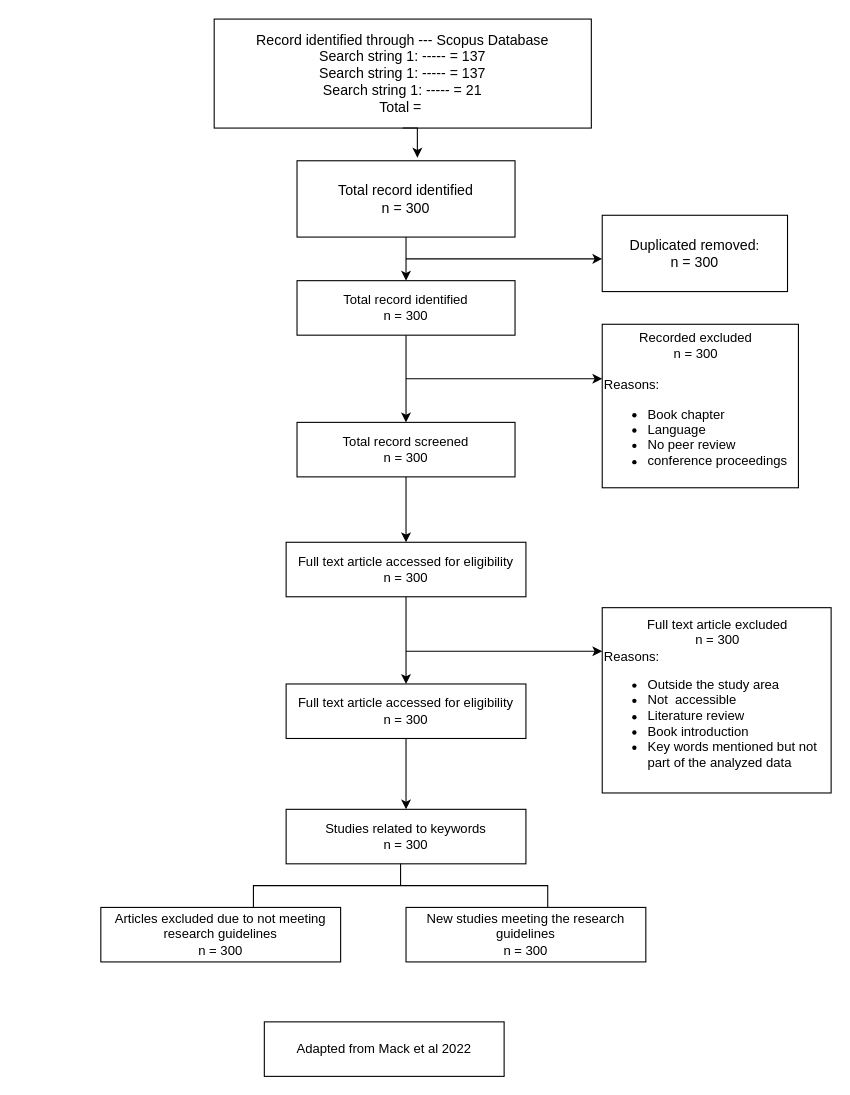
Earlier version of the draw.io diagram flow.drawio (yemioke/PRISMA2020). Source tidied: cells renumbered, new cells numbered last; positions are measured from the earlier drawing's top-left corner, leaving out a move shared by most shapes. Both pictures are drawn from the tidied source at 109%, with x=0, y=0 at pixel (100, 19).
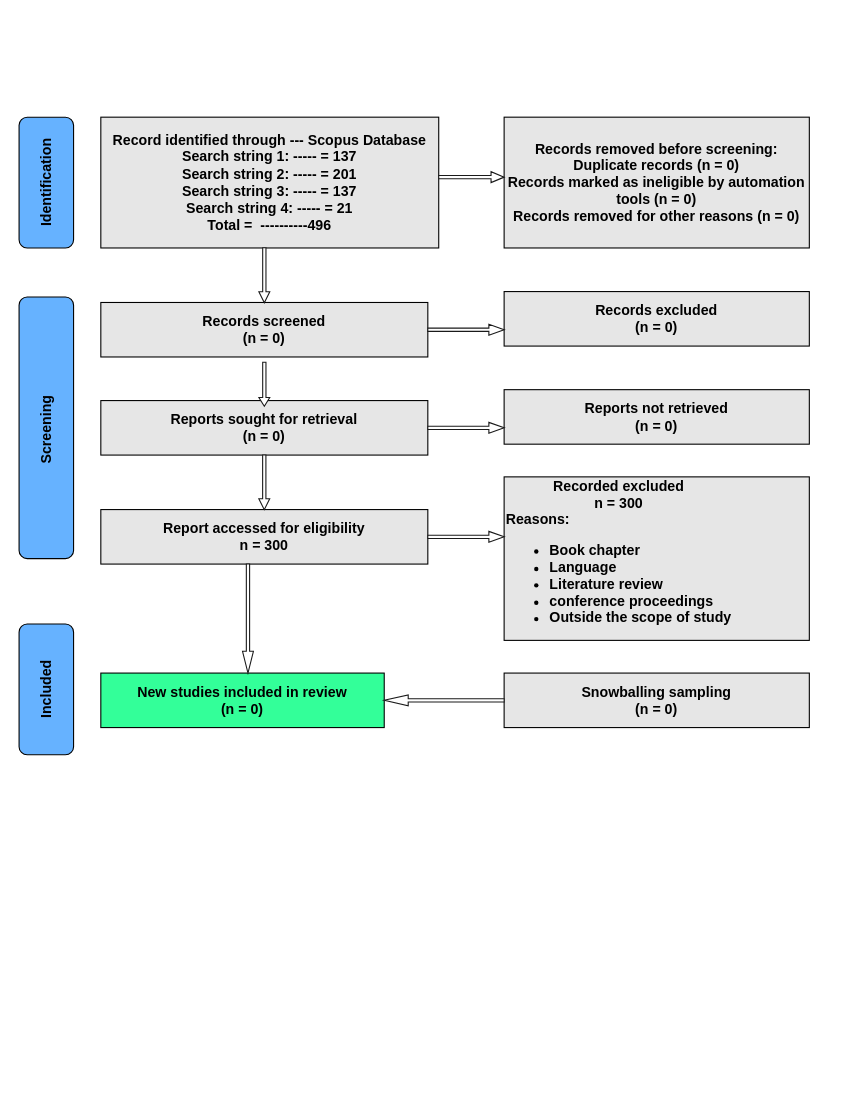
The same page after the edit.

What changed in the source:
```diff
@@
-    <mxCell id="2" value="&lt;font style=&quot;font-size: 13px;&quot;&gt;Record identified through --- Scopus Database&lt;/font&gt;&lt;div&gt;&lt;font style=&quot;font-size: 13px;&quot;&gt;Search string 1: ----- = 137&lt;/font&gt;&lt;/div&gt;&lt;div&gt;&lt;font style=&quot;font-size: 13px;&quot;&gt;Search string 1: ----- = 137&lt;br&gt;&lt;/font&gt;&lt;/div&gt;&lt;div&gt;&lt;font style=&quot;font-size: 13px;&quot;&gt;Search string 1: ----- = 21&lt;br&gt;&lt;/font&gt;&lt;/div&gt;&lt;div&gt;&lt;font style=&quot;font-size: 13px;&quot;&gt;Total =&amp;nbsp;&lt;/font&gt;&lt;/div&gt;" style="rounded=0;whiteSpace=wrap;html=1;" parent="1" vertex="1">
-      <mxGeometry x="104" width="346" height="100" as="geometry" />
+    <mxCell id="2" value="&lt;font style=&quot;font-size: 13px;&quot;&gt;&lt;b&gt;Record identified through --- Scopus Database&lt;/b&gt;&lt;/font&gt;&lt;div&gt;&lt;font style=&quot;font-size: 13px;&quot;&gt;&lt;b&gt;Search string 1: ----- = 137&lt;/b&gt;&lt;/font&gt;&lt;/div&gt;&lt;div&gt;&lt;font style=&quot;font-size: 13px;&quot;&gt;&lt;b&gt;Search string 2: ----- = 201&lt;/b&gt;&lt;/font&gt;&lt;/div&gt;&lt;div&gt;&lt;span style=&quot;font-size: 13px; background-color: initial;&quot;&gt;&lt;b&gt;Search string 3: ----- = 137&lt;/b&gt;&lt;/span&gt;&lt;/div&gt;&lt;div&gt;&lt;span style=&quot;font-size: 13px; background-color: initial;&quot;&gt;&lt;b&gt;Search string 4: ----- = 21&lt;/b&gt;&lt;/span&gt;&lt;/div&gt;&lt;div&gt;&lt;font style=&quot;font-size: 13px;&quot;&gt;&lt;b&gt;Total =&amp;nbsp; ----------496&lt;/b&gt;&lt;/font&gt;&lt;/div&gt;" style="rounded=0;whiteSpace=wrap;html=1;fillColor=#E6E6E6;" parent="1" vertex="1">
+      <mxGeometry y="90" width="310" height="120" as="geometry" />
     </mxCell>
-    <mxCell id="3" style="edgeStyle=orthogonalEdgeStyle;rounded=0;jettySize=auto;html=1;exitX=0.5;exitY=1;exitDx=0;exitDy=0;entryX=0.5;entryY=0;entryDx=0;entryDy=0;" parent="1" edge="1" source="4" target="6">
-      <mxGeometry relative="1" as="geometry" />
-    </mxCell>
-    <mxCell id="4" value="&lt;div&gt;&lt;font style=&quot;font-size: 13px;&quot;&gt;Total record identified&lt;/font&gt;&lt;/div&gt;&lt;div&gt;&lt;font style=&quot;font-size: 13px;&quot;&gt;n = 300&lt;/font&gt;&lt;/div&gt;" style="rounded=0;whiteSpace=wrap;html=1;" parent="1" vertex="1">
-      <mxGeometry x="180" y="130" width="200" height="70" as="geometry" />
+    <mxCell id="4" value="&lt;div&gt;&lt;span style=&quot;font-size: 13px;&quot;&gt;&lt;b&gt;Records screened&lt;/b&gt;&lt;/span&gt;&lt;/div&gt;&lt;div&gt;&lt;span style=&quot;font-size: 13px;&quot;&gt;&lt;b&gt;(n = 0)&lt;/b&gt;&lt;/span&gt;&lt;/div&gt;" style="rounded=0;whiteSpace=wrap;html=1;fillColor=#E6E6E6;" parent="1" vertex="1">
+      <mxGeometry y="260" width="300" height="50" as="geometry" />
     </mxCell>
-    <mxCell id="5" style="edgeStyle=orthogonalEdgeStyle;rounded=0;jettySize=auto;html=1;exitX=0.5;exitY=1;exitDx=0;exitDy=0;entryX=0.5;entryY=0;entryDx=0;entryDy=0;" parent="1" edge="1" source="6" target="10">
-      <mxGeometry relative="1" as="geometry" />
-    </mxCell>
-    <mxCell id="6" value="&lt;div&gt;Total record identified&lt;/div&gt;&lt;div&gt;n = 300&lt;/div&gt;" style="rounded=0;whiteSpace=wrap;html=1;" parent="1" vertex="1">
-      <mxGeometry x="180" y="240" width="200" height="50" as="geometry" />
+    <mxCell id="6" value="&lt;div&gt;&lt;b style=&quot;&quot;&gt;&lt;font style=&quot;font-size: 13px;&quot;&gt;Records excluded&lt;/font&gt;&lt;/b&gt;&lt;/div&gt;&lt;div&gt;&lt;b style=&quot;&quot;&gt;&lt;font style=&quot;font-size: 13px;&quot;&gt;(n = 0)&lt;/font&gt;&lt;/b&gt;&lt;/div&gt;" style="rounded=0;whiteSpace=wrap;html=1;fillColor=#E6E6E6;" parent="1" vertex="1">
+      <mxGeometry x="370" y="250" width="280" height="50" as="geometry" />
     </mxCell>
-    <mxCell id="7" style="endArrow=classic;html=1;rounded=0;" parent="1" edge="1">
-      <mxGeometry relative="1" as="geometry">
-        <mxPoint x="280" y="220" as="sourcePoint" />
-        <mxPoint x="460" y="220" as="targetPoint" />
-      </mxGeometry>
-    </mxCell>
-    <mxCell id="8" value="&lt;div&gt;&lt;font style=&quot;font-size: 13px;&quot;&gt;Duplicated removed&lt;/font&gt;:&lt;/div&gt;&lt;div&gt;&lt;font style=&quot;font-size: 13px;&quot;&gt;n = 300&lt;/font&gt;&lt;/div&gt;" style="rounded=0;whiteSpace=wrap;html=1;" parent="1" vertex="1">
-      <mxGeometry x="460" y="180" width="170" height="70" as="geometry" />
+    <mxCell id="8" value="&lt;div&gt;&lt;font style=&quot;font-size: 13px;&quot;&gt;&lt;b&gt;Reports sought for retrieval&lt;/b&gt;&lt;/font&gt;&lt;/div&gt;&lt;div&gt;&lt;font style=&quot;font-size: 13px;&quot;&gt;&lt;b&gt;(n = 0)&lt;/b&gt;&lt;/font&gt;&lt;/div&gt;" style="rounded=0;whiteSpace=wrap;html=1;fillColor=#E6E6E6;" parent="1" vertex="1">
+      <mxGeometry y="350" width="300" height="50" as="geometry" />
     </mxCell>
-    <mxCell id="9" style="edgeStyle=orthogonalEdgeStyle;rounded=0;jettySize=auto;html=1;exitX=0.5;exitY=1;exitDx=0;exitDy=0;entryX=0.5;entryY=0;entryDx=0;entryDy=0;" parent="1" edge="1" source="10" target="14">
-      <mxGeometry relative="1" as="geometry" />
-    </mxCell>
-    <mxCell id="10" value="&lt;div&gt;Total record screened&lt;/div&gt;&lt;div&gt;n = 300&lt;/div&gt;" style="rounded=0;whiteSpace=wrap;html=1;" parent="1" vertex="1">
-      <mxGeometry x="180" y="370" width="200" height="50" as="geometry" />
+    <mxCell id="10" value="&lt;div&gt;&lt;b style=&quot;&quot;&gt;&lt;font style=&quot;font-size: 13px;&quot;&gt;Reports not retrieved&lt;/font&gt;&lt;/b&gt;&lt;/div&gt;&lt;div&gt;&lt;b style=&quot;&quot;&gt;&lt;font style=&quot;font-size: 13px;&quot;&gt;(n = 0)&lt;/font&gt;&lt;/b&gt;&lt;/div&gt;" style="rounded=0;whiteSpace=wrap;html=1;fillColor=#E6E6E6;" parent="1" vertex="1">
+      <mxGeometry x="370" y="340" width="280" height="50" as="geometry" />
     </mxCell>
-    <mxCell id="11" style="endArrow=classic;html=1;rounded=0;" parent="1" edge="1">
-      <mxGeometry relative="1" as="geometry">
-        <mxPoint x="280" y="330" as="sourcePoint" />
-        <mxPoint x="460" y="330" as="targetPoint" />
-      </mxGeometry>
-    </mxCell>
-    <mxCell id="12" value="&lt;div style=&quot;text-align: center;&quot;&gt;Recorded excluded&lt;/div&gt;&lt;div style=&quot;text-align: center;&quot;&gt;n = 300&lt;/div&gt;&lt;div&gt;&lt;span style=&quot;background-color: initial;&quot;&gt;&lt;br&gt;&lt;/span&gt;&lt;/div&gt;&lt;div&gt;&lt;span style=&quot;background-color: initial;&quot;&gt;Reasons:&amp;nbsp;&lt;/span&gt;&lt;/div&gt;&lt;div&gt;&lt;ul&gt;&lt;li style=&quot;&quot;&gt;Book chapter&lt;/li&gt;&lt;li style=&quot;&quot;&gt;Language&amp;nbsp;&lt;/li&gt;&lt;li style=&quot;&quot;&gt;No peer review&lt;/li&gt;&lt;li style=&quot;&quot;&gt;conference proceedings&lt;/li&gt;&lt;/ul&gt;&lt;/div&gt;" style="rounded=0;whiteSpace=wrap;html=1;align=left;" parent="1" vertex="1">
-      <mxGeometry x="460" y="280" width="180" height="150" as="geometry" />
+    <mxCell id="12" value="&lt;div style=&quot;text-align: center;&quot;&gt;&lt;font style=&quot;font-size: 13px;&quot;&gt;&lt;b&gt;Recorded excluded&lt;/b&gt;&lt;/font&gt;&lt;/div&gt;&lt;div style=&quot;text-align: center;&quot;&gt;&lt;font style=&quot;font-size: 13px;&quot;&gt;&lt;b&gt;n = 300&lt;/b&gt;&lt;/font&gt;&lt;/div&gt;&lt;div&gt;&lt;span style=&quot;background-color: initial;&quot;&gt;&lt;font style=&quot;font-size: 13px;&quot;&gt;&lt;b&gt;Reasons:&amp;nbsp;&lt;/b&gt;&lt;/font&gt;&lt;/span&gt;&lt;/div&gt;&lt;div&gt;&lt;ul&gt;&lt;li style=&quot;&quot;&gt;&lt;font style=&quot;font-size: 13px;&quot;&gt;&lt;b&gt;Book chapter&lt;/b&gt;&lt;/font&gt;&lt;/li&gt;&lt;li style=&quot;&quot;&gt;&lt;font style=&quot;font-size: 13px;&quot;&gt;&lt;b&gt;Language&amp;nbsp;&lt;/b&gt;&lt;/font&gt;&lt;/li&gt;&lt;li style=&quot;&quot;&gt;&lt;font style=&quot;font-size: 13px;&quot;&gt;&lt;b&gt;Literature review&lt;/b&gt;&lt;/font&gt;&lt;/li&gt;&lt;li style=&quot;&quot;&gt;&lt;font style=&quot;font-size: 13px;&quot;&gt;&lt;b&gt;conference proceedings&lt;/b&gt;&lt;/font&gt;&lt;/li&gt;&lt;li style=&quot;&quot;&gt;&lt;font style=&quot;font-size: 13px;&quot;&gt;&lt;b&gt;Outside the scope of study&lt;/b&gt;&lt;/font&gt;&lt;/li&gt;&lt;/ul&gt;&lt;/div&gt;" style="rounded=0;whiteSpace=wrap;html=1;align=left;fillColor=#E6E6E6;" parent="1" vertex="1">
+      <mxGeometry x="370" y="420" width="280" height="150" as="geometry" />
     </mxCell>
-    <mxCell id="13" style="edgeStyle=orthogonalEdgeStyle;rounded=0;jettySize=auto;html=1;exitX=0.5;exitY=1;exitDx=0;exitDy=0;" parent="1" edge="1" source="14" target="17">
-      <mxGeometry relative="1" as="geometry" />
-    </mxCell>
-    <mxCell id="14" value="&lt;div&gt;Full text article accessed for eligibility&lt;/div&gt;&lt;div&gt;n = 300&lt;/div&gt;" style="rounded=0;whiteSpace=wrap;html=1;" parent="1" vertex="1">
-      <mxGeometry x="170" y="480" width="220" height="50" as="geometry" />
+    <mxCell id="14" value="&lt;div&gt;&lt;font style=&quot;font-size: 13px;&quot;&gt;&lt;b&gt;Report accessed for eligibility&lt;/b&gt;&lt;/font&gt;&lt;/div&gt;&lt;div&gt;&lt;font style=&quot;font-size: 13px;&quot;&gt;&lt;b&gt;n = 300&lt;/b&gt;&lt;/font&gt;&lt;/div&gt;" style="rounded=0;whiteSpace=wrap;html=1;fillColor=#E6E6E6;" parent="1" vertex="1">
+      <mxGeometry y="450" width="300" height="50" as="geometry" />
     </mxCell>
-    <mxCell id="15" value="&lt;div style=&quot;text-align: center;&quot;&gt;Full text article excluded&lt;/div&gt;&lt;div style=&quot;text-align: center;&quot;&gt;n = 300&lt;/div&gt;&lt;div&gt;&lt;span style=&quot;background-color: initial;&quot;&gt;Reasons:&amp;nbsp;&lt;/span&gt;&lt;/div&gt;&lt;div&gt;&lt;ul&gt;&lt;li style=&quot;&quot;&gt;Outside the study area&lt;/li&gt;&lt;li style=&quot;&quot;&gt;Not&amp;nbsp; accessible&amp;nbsp;&lt;/li&gt;&lt;li style=&quot;&quot;&gt;Literature review&lt;/li&gt;&lt;li style=&quot;&quot;&gt;Book introduction&lt;/li&gt;&lt;li style=&quot;&quot;&gt;Key words mentioned but not part of the analyzed data&lt;/li&gt;&lt;/ul&gt;&lt;/div&gt;" style="rounded=0;whiteSpace=wrap;html=1;align=left;" parent="1" vertex="1">
-      <mxGeometry x="460" y="540" width="210" height="170" as="geometry" />
-    </mxCell>
-    <mxCell id="16" style="edgeStyle=orthogonalEdgeStyle;rounded=0;jettySize=auto;html=1;exitX=0.5;exitY=1;exitDx=0;exitDy=0;" parent="1" edge="1" source="17" target="19">
-      <mxGeometry relative="1" as="geometry" />
-    </mxCell>
-    <mxCell id="17" value="&lt;div&gt;Full text article accessed for eligibility&lt;/div&gt;&lt;div&gt;n = 300&lt;/div&gt;" style="rounded=0;whiteSpace=wrap;html=1;" parent="1" vertex="1">
-      <mxGeometry x="170" y="610" width="220" height="50" as="geometry" />
+    <mxCell id="17" value="&lt;div&gt;&lt;font style=&quot;font-size: 13px;&quot;&gt;&lt;b&gt;New studies included in review&lt;/b&gt;&lt;/font&gt;&lt;/div&gt;&lt;div&gt;&lt;font style=&quot;font-size: 13px;&quot;&gt;&lt;b&gt;(n = 0)&lt;/b&gt;&lt;/font&gt;&lt;/div&gt;" style="rounded=0;whiteSpace=wrap;html=1;fillColor=#33FF99;" parent="1" vertex="1">
+      <mxGeometry y="600" width="260" height="50" as="geometry" />
     </mxCell>
-    <mxCell id="18" style="endArrow=classic;html=1;rounded=0;" parent="1" edge="1">
-      <mxGeometry relative="1" as="geometry">
-        <mxPoint x="280" y="580" as="sourcePoint" />
-        <mxPoint x="460" y="580" as="targetPoint" />
-      </mxGeometry>
-    </mxCell>
-    <mxCell id="19" value="&lt;div&gt;Studies related to keywords&lt;/div&gt;&lt;div&gt;n = 300&lt;/div&gt;" style="rounded=0;whiteSpace=wrap;html=1;" parent="1" vertex="1">
-      <mxGeometry x="170" y="725" width="220" height="50" as="geometry" />
-    </mxCell>
-    <mxCell id="20" value="&lt;div&gt;Articles excluded due to not meeting research guidelines&lt;/div&gt;&lt;div&gt;n = 300&lt;/div&gt;" style="rounded=0;whiteSpace=wrap;html=1;" parent="1" vertex="1">
-      <mxGeometry y="815" width="220" height="50" as="geometry" />
-    </mxCell>
-    <mxCell id="21" value="&lt;div&gt;New studies meeting the research guidelines&lt;/div&gt;&lt;div&gt;n = 300&lt;/div&gt;" style="rounded=0;whiteSpace=wrap;html=1;" parent="1" vertex="1">
-      <mxGeometry x="280" y="815" width="220" height="50" as="geometry" />
-    </mxCell>
-    <mxCell id="22" style="strokeWidth=1;html=1;shape=mxgraph.flowchart.annotation_2;align=left;labelPosition=right;rotation=90;" parent="1" vertex="1">
-      <mxGeometry x="255" y="660" width="40" height="270" as="geometry" />
-    </mxCell>
-    <mxCell id="23" value="&lt;div&gt;Adapted from Mack et al 2022&lt;/div&gt;" style="rounded=0;whiteSpace=wrap;html=1;" parent="1" vertex="1">
-      <mxGeometry x="150" y="920" width="220" height="50" as="geometry" />
-    </mxCell>
-    <mxCell id="24" style="edgeStyle=orthogonalEdgeStyle;rounded=0;jettySize=auto;html=1;exitX=0.5;exitY=1;exitDx=0;exitDy=0;entryX=0.552;entryY=-0.041;entryDx=0;entryDy=0;entryPerimeter=0;" parent="1" edge="1" source="2" target="4">
-      <mxGeometry relative="1" as="geometry" />
-    </mxCell>
+    <mxCell id="25" value="&lt;div&gt;&lt;font style=&quot;font-size: 13px;&quot;&gt;&lt;b&gt;Records removed before screening:&lt;/b&gt;&lt;/font&gt;&lt;/div&gt;&lt;div&gt;&lt;font style=&quot;font-size: 13px;&quot;&gt;&lt;b&gt;Duplicate records (n = 0)&lt;/b&gt;&lt;/font&gt;&lt;/div&gt;&lt;div&gt;&lt;font style=&quot;font-size: 13px;&quot;&gt;&lt;b&gt;Records marked as ineligible by automation&lt;/b&gt;&lt;/font&gt;&lt;/div&gt;&lt;div&gt;&lt;font style=&quot;font-size: 13px;&quot;&gt;&lt;b&gt;tools (n = 0)&lt;/b&gt;&lt;/font&gt;&lt;/div&gt;&lt;div&gt;&lt;font style=&quot;font-size: 13px;&quot;&gt;&lt;b&gt;Records removed for other reasons (n = 0)&lt;/b&gt;&lt;/font&gt;&lt;/div&gt;" style="rounded=0;whiteSpace=wrap;html=1;fillColor=#E6E6E6;" parent="1" vertex="1">
+      <mxGeometry x="370" y="90" width="280" height="120" as="geometry" />
+    </mxCell>
+    <mxCell id="26" value="&lt;div&gt;&lt;b&gt;&lt;font style=&quot;font-size: 13px;&quot;&gt;Snowballing sampling&lt;/font&gt;&lt;/b&gt;&lt;/div&gt;&lt;div&gt;&lt;b style=&quot;&quot;&gt;&lt;font style=&quot;font-size: 13px;&quot;&gt;(n = 0)&lt;/font&gt;&lt;/b&gt;&lt;/div&gt;" style="rounded=0;whiteSpace=wrap;html=1;fillColor=#E6E6E6;" parent="1" vertex="1">
+      <mxGeometry x="370" y="600" width="280" height="50" as="geometry" />
+    </mxCell>
+    <mxCell id="27" value="&lt;div&gt;&lt;span style=&quot;font-size: 13px;&quot;&gt;&lt;b&gt;Identification&lt;/b&gt;&lt;/span&gt;&lt;/div&gt;" style="rounded=1;whiteSpace=wrap;html=1;rotation=-90;fillColor=#66B2FF;" parent="1" vertex="1">
+      <mxGeometry x="-110" y="125" width="120" height="50" as="geometry" />
+    </mxCell>
+    <mxCell id="28" value="&lt;div&gt;&lt;span style=&quot;font-size: 13px;&quot;&gt;&lt;b&gt;Screening&amp;nbsp;&lt;/b&gt;&lt;/span&gt;&lt;/div&gt;" style="rounded=1;whiteSpace=wrap;html=1;rotation=-90;fillColor=#66B2FF;" parent="1" vertex="1">
+      <mxGeometry x="-170" y="350" width="240" height="50" as="geometry" />
+    </mxCell>
+    <mxCell id="29" value="&lt;div&gt;&lt;span style=&quot;font-size: 13px;&quot;&gt;&lt;b&gt;Included&lt;/b&gt;&lt;/span&gt;&lt;/div&gt;" style="rounded=1;whiteSpace=wrap;html=1;rotation=-90;fillColor=#66B2FF;" parent="1" vertex="1">
+      <mxGeometry x="-110" y="590" width="120" height="50" as="geometry" />
+    </mxCell>
+    <mxCell id="30" style="shape=singleArrow;direction=west;whiteSpace=wrap;html=1;rotation=-180;strokeColor=#1A1A1A;" parent="1" vertex="1">
+      <mxGeometry x="310" y="140" width="60" height="10" as="geometry" />
+    </mxCell>
+    <mxCell id="31" style="shape=singleArrow;direction=west;whiteSpace=wrap;html=1;rotation=-180;strokeColor=#1A1A1A;" parent="1" vertex="1">
+      <mxGeometry x="300" y="280" width="70" height="10" as="geometry" />
+    </mxCell>
+    <mxCell id="32" style="shape=singleArrow;direction=west;whiteSpace=wrap;html=1;rotation=-180;strokeColor=#1A1A1A;" parent="1" vertex="1">
+      <mxGeometry x="300" y="370" width="70" height="10" as="geometry" />
+    </mxCell>
+    <mxCell id="33" style="shape=singleArrow;direction=west;whiteSpace=wrap;html=1;rotation=-180;strokeColor=#1A1A1A;" parent="1" vertex="1">
+      <mxGeometry x="300" y="470" width="70" height="10" as="geometry" />
+    </mxCell>
+    <mxCell id="34" style="shape=singleArrow;direction=west;whiteSpace=wrap;html=1;rotation=0;strokeColor=#1A1A1A;" parent="1" vertex="1">
+      <mxGeometry x="260" y="620" width="110" height="10" as="geometry" />
+    </mxCell>
+    <mxCell id="35" style="shape=singleArrow;direction=west;whiteSpace=wrap;html=1;rotation=-90;strokeColor=#1A1A1A;" parent="1" vertex="1">
+      <mxGeometry x="124.8" y="230" width="50.4" height="10" as="geometry" />
+    </mxCell>
+    <mxCell id="36" style="shape=singleArrow;direction=west;whiteSpace=wrap;html=1;rotation=-90;strokeColor=#1A1A1A;" parent="1" vertex="1">
+      <mxGeometry x="129.8" y="330" width="40.4" height="10" as="geometry" />
+    </mxCell>
+    <mxCell id="37" style="shape=singleArrow;direction=west;whiteSpace=wrap;html=1;rotation=-90;strokeColor=#1A1A1A;" parent="1" vertex="1">
+      <mxGeometry x="124.9" y="420" width="50.1" height="10" as="geometry" />
+    </mxCell>
+    <mxCell id="38" style="shape=singleArrow;direction=west;whiteSpace=wrap;html=1;rotation=-90;strokeColor=#1A1A1A;" parent="1" vertex="1">
+      <mxGeometry x="85" y="545" width="100" height="10" as="geometry" />
+    </mxCell>
```
